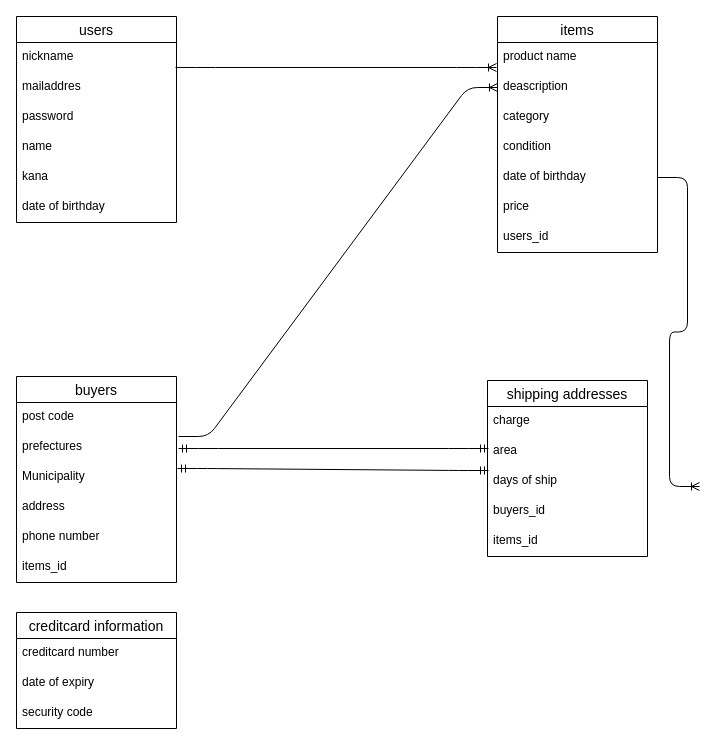
Above: furima.dio in hongotakahiro/furima-38360 (draw.io), before the change. Source tidied: cells renumbered, new cells numbered last; positions are measured from the earlier drawing's top-left corner, leaving out a move shared by most shapes. Both pictures are drawn from the tidied source at 100%, with x=0, y=0 at pixel (16, 16).
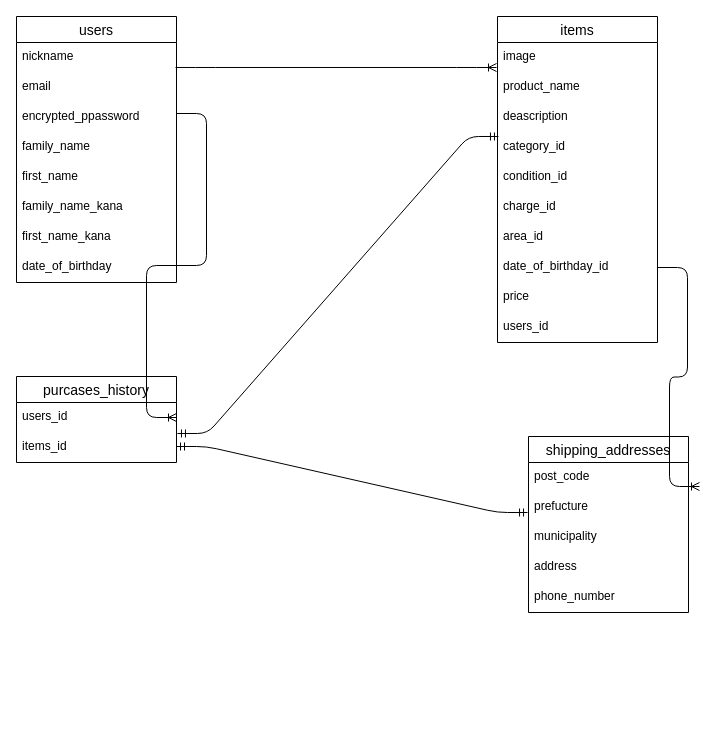
The same diagram, later.

Commit message (it also covers changes not shown here):
テーブル設計　修正１

Change to the diagram source:
```diff
@@
     <mxCell id="2" value="users" style="swimlane;fontStyle=0;horizontal=1;startSize=26;align=center;fontSize=14;" parent="1" vertex="1">
-      <mxGeometry width="160" height="206" as="geometry" />
+      <mxGeometry width="160" height="266" as="geometry" />
     </mxCell>
@@
-    <mxCell id="4" value="mailaddres" style="text;strokeColor=none;fillColor=none;spacingLeft=4;spacingRight=4;overflow=hidden;points=[[0,0.5],[1,0.5]];portConstraint=eastwest;fontSize=12;" parent="2" vertex="1">
+    <mxCell id="4" value="email" style="text;strokeColor=none;fillColor=none;spacingLeft=4;spacingRight=4;overflow=hidden;points=[[0,0.5],[1,0.5]];portConstraint=eastwest;fontSize=12;" parent="2" vertex="1">
       <mxGeometry y="56" width="160" height="30" as="geometry" />
     </mxCell>
-    <mxCell id="5" value="password" style="text;strokeColor=none;fillColor=none;spacingLeft=4;spacingRight=4;overflow=hidden;points=[[0,0.5],[1,0.5]];portConstraint=eastwest;fontSize=12;" parent="2" vertex="1">
+    <mxCell id="5" value="encrypted_ppassword" style="text;strokeColor=none;fillColor=none;spacingLeft=4;spacingRight=4;overflow=hidden;points=[[0,0.5],[1,0.5]];portConstraint=eastwest;fontSize=12;" parent="2" vertex="1">
       <mxGeometry y="86" width="160" height="30" as="geometry" />
     </mxCell>
-    <mxCell id="6" value="name" style="text;strokeColor=none;fillColor=none;spacingLeft=4;spacingRight=4;overflow=hidden;fontSize=12;" parent="2" vertex="1">
+    <mxCell id="6" value="family_name" style="text;strokeColor=none;fillColor=none;spacingLeft=4;spacingRight=4;overflow=hidden;fontSize=12;" parent="2" vertex="1">
       <mxGeometry y="116" width="160" height="30" as="geometry" />
     </mxCell>
+    <mxCell id="39" value="first_name" style="text;strokeColor=none;fillColor=none;spacingLeft=4;spacingRight=4;overflow=hidden;fontSize=12;" parent="2" vertex="1">
+      <mxGeometry y="146" width="160" height="30" as="geometry" />
+    </mxCell>
-    <mxCell id="7" value="kana" style="text;strokeColor=none;fillColor=none;spacingLeft=4;spacingRight=4;overflow=hidden;fontSize=12;" parent="2" vertex="1">
-      <mxGeometry y="146" width="160" height="30" as="geometry" />
+    <mxCell id="7" value="family_name_kana" style="text;strokeColor=none;fillColor=none;spacingLeft=4;spacingRight=4;overflow=hidden;fontSize=12;" parent="2" vertex="1">
+      <mxGeometry y="176" width="160" height="30" as="geometry" />
     </mxCell>
+    <mxCell id="40" value="first_name_kana" style="text;strokeColor=none;fillColor=none;spacingLeft=4;spacingRight=4;overflow=hidden;fontSize=12;" parent="2" vertex="1">
+      <mxGeometry y="206" width="160" height="30" as="geometry" />
+    </mxCell>
-    <mxCell id="8" value="date of birthday" style="text;strokeColor=none;fillColor=none;spacingLeft=4;spacingRight=4;overflow=hidden;fontSize=12;" parent="2" vertex="1">
-      <mxGeometry y="176" width="160" height="30" as="geometry" />
+    <mxCell id="8" value="date_of_birthday" style="text;strokeColor=none;fillColor=none;spacingLeft=4;spacingRight=4;overflow=hidden;fontSize=12;" parent="2" vertex="1">
+      <mxGeometry y="236" width="160" height="30" as="geometry" />
     </mxCell>
     <mxCell id="9" value="items" style="swimlane;fontStyle=0;horizontal=1;startSize=26;align=center;fontSize=14;" parent="1" vertex="1">
-      <mxGeometry x="481" width="160" height="236" as="geometry" />
+      <mxGeometry x="481" width="160" height="326" as="geometry" />
     </mxCell>
+    <mxCell id="41" value="image" style="text;strokeColor=none;fillColor=none;spacingLeft=4;spacingRight=4;overflow=hidden;fontSize=12;" parent="9" vertex="1">
+      <mxGeometry y="26" width="160" height="30" as="geometry" />
+    </mxCell>
-    <mxCell id="10" value="product name" style="text;strokeColor=none;fillColor=none;spacingLeft=4;spacingRight=4;overflow=hidden;points=[[0,0.5],[1,0.5]];portConstraint=eastwest;fontSize=12;" parent="9" vertex="1">
-      <mxGeometry y="26" width="160" height="30" as="geometry" />
+    <mxCell id="10" value="product_name" style="text;strokeColor=none;fillColor=none;spacingLeft=4;spacingRight=4;overflow=hidden;points=[[0,0.5],[1,0.5]];portConstraint=eastwest;fontSize=12;" parent="9" vertex="1">
+      <mxGeometry y="56" width="160" height="30" as="geometry" />
     </mxCell>
     <mxCell id="11" value="deascription" style="text;strokeColor=none;fillColor=none;spacingLeft=4;spacingRight=4;overflow=hidden;points=[[0,0.5],[1,0.5]];portConstraint=eastwest;fontSize=12;" parent="9" vertex="1">
-      <mxGeometry y="56" width="160" height="30" as="geometry" />
+      <mxGeometry y="86" width="160" height="30" as="geometry" />
     </mxCell>
-    <mxCell id="12" value="category" style="text;strokeColor=none;fillColor=none;spacingLeft=4;spacingRight=4;overflow=hidden;points=[[0,0.5],[1,0.5]];portConstraint=eastwest;fontSize=12;" parent="9" vertex="1">
-      <mxGeometry y="86" width="160" height="30" as="geometry" />
+    <mxCell id="12" value="category_id" style="text;strokeColor=none;fillColor=none;spacingLeft=4;spacingRight=4;overflow=hidden;points=[[0,0.5],[1,0.5]];portConstraint=eastwest;fontSize=12;" parent="9" vertex="1">
+      <mxGeometry y="116" width="160" height="30" as="geometry" />
     </mxCell>
-    <mxCell id="13" value="condition" style="text;strokeColor=none;fillColor=none;spacingLeft=4;spacingRight=4;overflow=hidden;fontSize=12;" parent="9" vertex="1">
-      <mxGeometry y="116" width="160" height="30" as="geometry" />
+    <mxCell id="13" value="condition_id" style="text;strokeColor=none;fillColor=none;spacingLeft=4;spacingRight=4;overflow=hidden;fontSize=12;" parent="9" vertex="1">
+      <mxGeometry y="146" width="160" height="30" as="geometry" />
     </mxCell>
+    <mxCell id="42" value="charge_id" style="text;strokeColor=none;fillColor=none;spacingLeft=4;spacingRight=4;overflow=hidden;fontSize=12;" parent="9" vertex="1">
+      <mxGeometry y="176" width="160" height="30" as="geometry" />
+    </mxCell>
+    <mxCell id="43" value="area_id" style="text;strokeColor=none;fillColor=none;spacingLeft=4;spacingRight=4;overflow=hidden;fontSize=12;" parent="9" vertex="1">
+      <mxGeometry y="206" width="160" height="30" as="geometry" />
+    </mxCell>
-    <mxCell id="14" value="date of birthday" style="text;strokeColor=none;fillColor=none;spacingLeft=4;spacingRight=4;overflow=hidden;points=[[0,0.5],[1,0.5]];portConstraint=eastwest;fontSize=12;" parent="9" vertex="1">
-      <mxGeometry y="146" width="160" height="30" as="geometry" />
+    <mxCell id="14" value="date_of_birthday_id" style="text;strokeColor=none;fillColor=none;spacingLeft=4;spacingRight=4;overflow=hidden;points=[[0,0.5],[1,0.5]];portConstraint=eastwest;fontSize=12;" parent="9" vertex="1">
+      <mxGeometry y="236" width="160" height="30" as="geometry" />
     </mxCell>
     <mxCell id="15" value="price" style="text;strokeColor=none;fillColor=none;spacingLeft=4;spacingRight=4;overflow=hidden;fontSize=12;" parent="9" vertex="1">
-      <mxGeometry y="176" width="160" height="30" as="geometry" />
+      <mxGeometry y="266" width="160" height="30" as="geometry" />
     </mxCell>
     <mxCell id="16" value="users_id" style="text;strokeColor=none;fillColor=none;spacingLeft=4;spacingRight=4;overflow=hidden;fontSize=12;" parent="9" vertex="1">
-      <mxGeometry y="206" width="160" height="30" as="geometry" />
+      <mxGeometry y="296" width="160" height="30" as="geometry" />
     </mxCell>
-    <mxCell id="17" style="edgeStyle=entityRelationEdgeStyle;fontSize=12;html=1;endArrow=ERoneToMany;" parent="9" edge="1" target="11">
-      <mxGeometry relative="1" as="geometry">
-        <mxPoint x="-319" y="420" as="sourcePoint" />
-      </mxGeometry>
-    </mxCell>
-    <mxCell id="18" value="buyers" style="swimlane;fontStyle=0;horizontal=1;startSize=26;align=center;fontSize=14;" parent="1" vertex="1">
-      <mxGeometry y="360" width="160" height="206" as="geometry" />
+    <mxCell id="18" value="purcases_history" style="swimlane;fontStyle=0;horizontal=1;startSize=26;align=center;fontSize=14;" parent="1" vertex="1">
+      <mxGeometry y="360" width="160" height="86" as="geometry" />
     </mxCell>
-    <mxCell id="19" value="post code" style="text;strokeColor=none;fillColor=none;spacingLeft=4;spacingRight=4;overflow=hidden;fontSize=12;" parent="18" vertex="1">
-      <mxGeometry y="26" width="160" height="30" as="geometry" />
-    </mxCell>
-    <mxCell id="20" value="prefectures" style="text;strokeColor=none;fillColor=none;spacingLeft=4;spacingRight=4;overflow=hidden;fontSize=12;" parent="18" vertex="1">
-      <mxGeometry y="56" width="160" height="30" as="geometry" />
-    </mxCell>
-    <mxCell id="21" value="Municipality" style="text;strokeColor=none;fillColor=none;spacingLeft=4;spacingRight=4;overflow=hidden;fontSize=12;" parent="18" vertex="1">
-      <mxGeometry y="86" width="160" height="30" as="geometry" />
-    </mxCell>
-    <mxCell id="22" value="address" style="text;strokeColor=none;fillColor=none;spacingLeft=4;spacingRight=4;overflow=hidden;fontSize=12;" parent="18" vertex="1">
-      <mxGeometry y="116" width="160" height="30" as="geometry" />
-    </mxCell>
-    <mxCell id="23" value="phone number" style="text;strokeColor=none;fillColor=none;spacingLeft=4;spacingRight=4;overflow=hidden;points=[[0,0.5],[1,0.5]];portConstraint=eastwest;fontSize=12;" parent="18" vertex="1">
-      <mxGeometry y="146" width="160" height="30" as="geometry" />
+    <mxCell id="23" value="users_id" style="text;strokeColor=none;fillColor=none;spacingLeft=4;spacingRight=4;overflow=hidden;points=[[0,0.5],[1,0.5]];portConstraint=eastwest;fontSize=12;" parent="18" vertex="1">
+      <mxGeometry y="26" width="160" height="30" as="geometry" />
     </mxCell>
     <mxCell id="24" value="items_id" style="text;strokeColor=none;fillColor=none;spacingLeft=4;spacingRight=4;overflow=hidden;fontSize=12;" parent="18" vertex="1">
-      <mxGeometry y="176" width="160" height="30" as="geometry" />
+      <mxGeometry y="56" width="160" height="30" as="geometry" />
     </mxCell>
-    <mxCell id="25" value="shipping addresses" style="swimlane;fontStyle=0;horizontal=1;startSize=26;align=center;fontSize=14;" parent="1" vertex="1">
-      <mxGeometry x="471" y="364" width="160" height="176" as="geometry" />
+    <mxCell id="25" value="shipping_addresses" style="swimlane;fontStyle=0;horizontal=1;startSize=26;align=center;fontSize=14;" parent="1" vertex="1">
+      <mxGeometry x="512" y="420" width="160" height="176" as="geometry" />
     </mxCell>
-    <mxCell id="26" value="charge" style="text;strokeColor=none;fillColor=none;spacingLeft=4;spacingRight=4;overflow=hidden;fontSize=12;" parent="25" vertex="1">
+    <mxCell id="26" value="post_code" style="text;strokeColor=none;fillColor=none;spacingLeft=4;spacingRight=4;overflow=hidden;fontSize=12;" parent="25" vertex="1">
       <mxGeometry y="26" width="160" height="30" as="geometry" />
     </mxCell>
-    <mxCell id="27" value="area" style="text;strokeColor=none;fillColor=none;spacingLeft=4;spacingRight=4;overflow=hidden;points=[[0,0.5],[1,0.5]];portConstraint=eastwest;fontSize=12;" parent="25" vertex="1">
+    <mxCell id="27" value="prefucture" style="text;strokeColor=none;fillColor=none;spacingLeft=4;spacingRight=4;overflow=hidden;points=[[0,0.5],[1,0.5]];portConstraint=eastwest;fontSize=12;" parent="25" vertex="1">
       <mxGeometry y="56" width="160" height="30" as="geometry" />
     </mxCell>
-    <mxCell id="28" value="days of ship" style="text;strokeColor=none;fillColor=none;spacingLeft=4;spacingRight=4;overflow=hidden;fontSize=12;" parent="25" vertex="1">
+    <mxCell id="28" value="municipality" style="text;strokeColor=none;fillColor=none;spacingLeft=4;spacingRight=4;overflow=hidden;fontSize=12;" parent="25" vertex="1">
       <mxGeometry y="86" width="160" height="30" as="geometry" />
     </mxCell>
-    <mxCell id="29" value="buyers_id" style="text;strokeColor=none;fillColor=none;spacingLeft=4;spacingRight=4;overflow=hidden;fontSize=12;" parent="25" vertex="1">
-      <mxGeometry y="116" width="160" height="30" as="geometry" />
-    </mxCell>
-    <mxCell id="30" value="items_id" style="text;strokeColor=none;fillColor=none;spacingLeft=4;spacingRight=4;overflow=hidden;fontSize=12;" parent="25" vertex="1">
-      <mxGeometry y="146" width="160" height="30" as="geometry" />
-    </mxCell>
-    <mxCell id="31" value="creditcard information" style="swimlane;fontStyle=0;horizontal=1;startSize=26;align=center;fontSize=14;" parent="1" vertex="1">
-      <mxGeometry y="596" width="160" height="116" as="geometry" />
-    </mxCell>
-    <mxCell id="32" value="creditcard number" style="text;strokeColor=none;fillColor=none;spacingLeft=4;spacingRight=4;overflow=hidden;fontSize=12;" parent="31" vertex="1">
-      <mxGeometry y="26" width="160" height="30" as="geometry" />
-    </mxCell>
-    <mxCell id="33" value="date of expiry" style="text;strokeColor=none;fillColor=none;spacingLeft=4;spacingRight=4;overflow=hidden;fontSize=12;" parent="31" vertex="1">
-      <mxGeometry y="56" width="160" height="30" as="geometry" />
-    </mxCell>
-    <mxCell id="34" value="security code" style="text;strokeColor=none;fillColor=none;spacingLeft=4;spacingRight=4;overflow=hidden;fontSize=12;" parent="31" vertex="1">
-      <mxGeometry y="86" width="160" height="30" as="geometry" />
-    </mxCell>
+    <mxCell id="22" value="address" style="text;strokeColor=none;fillColor=none;spacingLeft=4;spacingRight=4;overflow=hidden;fontSize=12;" parent="25" vertex="1">
+      <mxGeometry y="116" width="160" height="30" as="geometry" />
+    </mxCell>
+    <mxCell id="44" value="phone_number" style="text;strokeColor=none;fillColor=none;spacingLeft=4;spacingRight=4;overflow=hidden;fontSize=12;" parent="25" vertex="1">
+      <mxGeometry y="146" width="160" height="30" as="geometry" />
+    </mxCell>
-    <mxCell id="35" style="edgeStyle=entityRelationEdgeStyle;fontSize=12;html=1;endArrow=ERmandOne;startArrow=ERmandOne;exitX=1.006;exitY=0.567;exitDx=0;exitDy=0;exitPerimeter=0;" parent="1" edge="1">
+    <mxCell id="35" style="edgeStyle=entityRelationEdgeStyle;fontSize=12;html=1;endArrow=ERmandOne;startArrow=ERmandOne;exitX=1.006;exitY=0.567;exitDx=0;exitDy=0;exitPerimeter=0;entryX=-0.006;entryY=0.667;entryDx=0;entryDy=0;entryPerimeter=0;" parent="1" edge="1" target="27">
       <mxGeometry relative="1" as="geometry">
-        <mxPoint x="161" y="452" as="sourcePoint" />
-        <mxPoint x="472" y="454" as="targetPoint" />
+        <mxPoint x="160" y="430" as="sourcePoint" />
       </mxGeometry>
     </mxCell>
-    <mxCell id="36" style="edgeStyle=entityRelationEdgeStyle;fontSize=12;html=1;endArrow=ERmandOne;startArrow=ERmandOne;entryX=0.006;entryY=0.5;entryDx=0;entryDy=0;entryPerimeter=0;" parent="1" edge="1">
-      <mxGeometry relative="1" as="geometry">
-        <mxPoint x="162" y="432" as="sourcePoint" />
-        <mxPoint x="472" y="432" as="targetPoint" />
-      </mxGeometry>
-    </mxCell>
-    <mxCell id="37" style="edgeStyle=entityRelationEdgeStyle;fontSize=12;html=1;endArrow=ERoneToMany;entryX=-0.006;entryY=0.833;entryDx=0;entryDy=0;entryPerimeter=0;exitX=0.994;exitY=-0.167;exitDx=0;exitDy=0;exitPerimeter=0;" parent="1" edge="1" source="4" target="10">
+    <mxCell id="37" style="edgeStyle=entityRelationEdgeStyle;fontSize=12;html=1;endArrow=ERoneToMany;entryX=-0.006;entryY=-0.167;entryDx=0;entryDy=0;entryPerimeter=0;exitX=0.994;exitY=-0.167;exitDx=0;exitDy=0;exitPerimeter=0;" parent="1" edge="1" source="4" target="10">
       <mxGeometry relative="1" as="geometry" />
     </mxCell>
@@
+    <mxCell id="45" style="edgeStyle=entityRelationEdgeStyle;fontSize=12;html=1;endArrow=ERoneToMany;exitX=1;exitY=0.367;exitDx=0;exitDy=0;exitPerimeter=0;" parent="1" edge="1" source="5">
+      <mxGeometry relative="1" as="geometry">
+        <mxPoint x="160" y="401" as="targetPoint" />
+      </mxGeometry>
+    </mxCell>
+    <mxCell id="46" style="edgeStyle=entityRelationEdgeStyle;fontSize=12;html=1;endArrow=ERmandOne;startArrow=ERmandOne;entryX=0.006;entryY=0.133;entryDx=0;entryDy=0;entryPerimeter=0;exitX=1.006;exitY=1.033;exitDx=0;exitDy=0;exitPerimeter=0;" parent="1" edge="1" source="23" target="12">
+      <mxGeometry relative="1" as="geometry" />
+    </mxCell>
```
